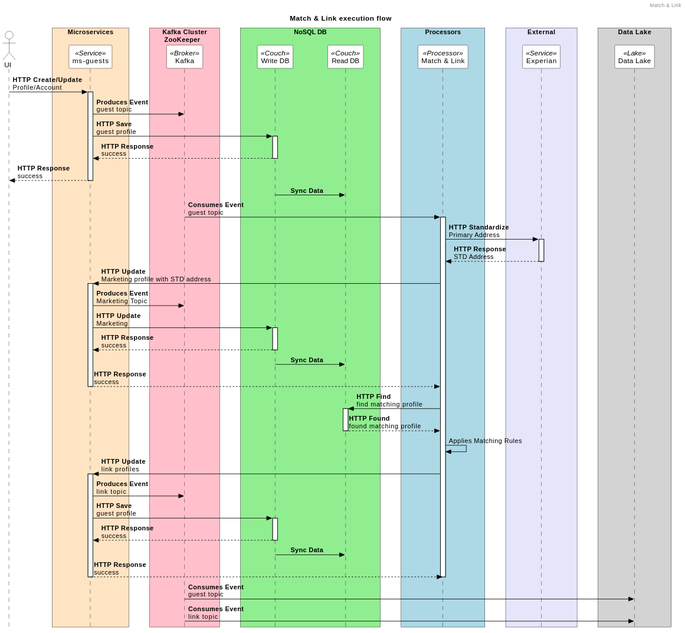
Before: dist/assets/diagrams/sequence/match-link-read-db.svg, a diagram exported from PlantUML (kaaljabr/presentation).
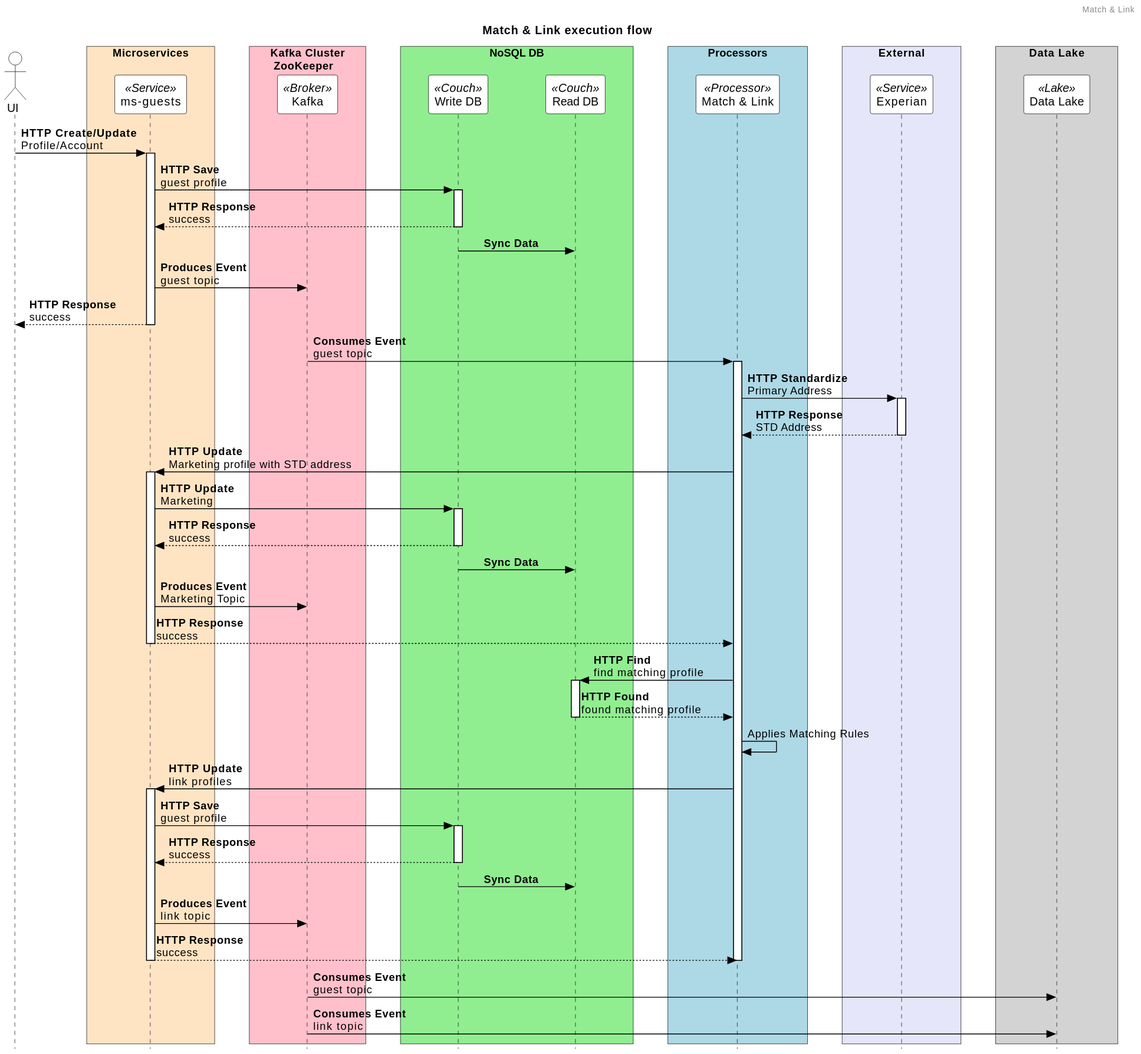
After the commit.

Change to the diagram source:
```diff
@@ -33,14 +33,15 @@
 
 ui -> ms_guests : **HTTP Create/Update**\nProfile/Account
 activate ms_guests
-ms_guests -> broker : **Produces Event**\nguest topic
 ms_guests -> write_db : **HTTP Save**\nguest profile
 activate write_db
 write_db --> ms_guests : **HTTP Response**\nsuccess
 deactivate write_db
+write_db -> read_db : **      Sync Data**
+ms_guests -> broker : **Produces Event**\nguest topic
 ms_guests --> ui : **HTTP Response**\nsuccess
 deactivate ms_guests
-write_db -> read_db : **      Sync Data**
+
 broker -> match_link :**Consumes Event**\nguest topic
 activate match_link
 match_link -> experian :**HTTP Standardize**\nPrimary Address
@@ -49,12 +50,12 @@
 deactivate experian
 match_link -> ms_guests :**HTTP Update**\nMarketing profile with STD address
 activate ms_guests
-ms_guests -> broker : **Produces Event**\nMarketing Topic
 ms_guests -> write_db :**HTTP Update**\nMarketing
 activate write_db
 write_db --> ms_guests :**HTTP Response**\nsuccess
 deactivate write_db
 write_db -> read_db : **      Sync Data**
+ms_guests -> broker : **Produces Event**\nMarketing Topic
 ms_guests --> match_link :**HTTP Response**\nsuccess
 deactivate ms_guests
 match_link -> read_db :**HTTP Find**\nfind matching profile
@@ -64,12 +65,12 @@
 match_link -> match_link : Applies Matching Rules
 match_link -> ms_guests : **HTTP Update**\nlink profiles
 activate ms_guests
-ms_guests -> broker : **Produces Event**\nlink topic
 ms_guests -> write_db : **HTTP Save**\nguest profile
 activate write_db
 write_db --> ms_guests : **HTTP Response**\nsuccess
 deactivate write_db
 write_db -> read_db : **      Sync Data**
+ms_guests -> broker : **Produces Event**\nlink topic
 ms_guests --> match_link : **HTTP Response**\nsuccess
 deactivate ms_guests
 deactivate match_link
```
